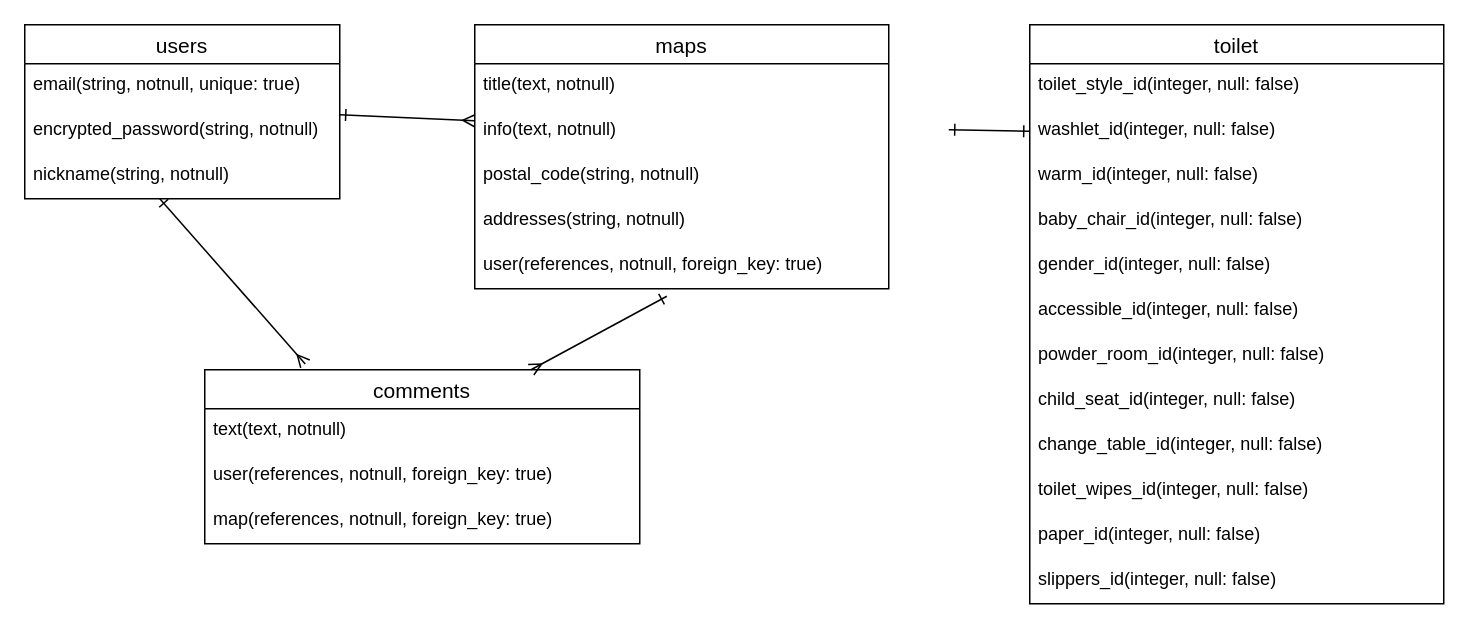
Before: .dio in nennekotaro/maps-toilet, a draw.io diagram. Source tidied: cells renumbered, new cells numbered last; positions are measured from the earlier drawing's top-left corner, leaving out a move shared by most shapes. Both pictures are drawn from the tidied source at 150%, with x=0, y=0 at pixel (24, 24).
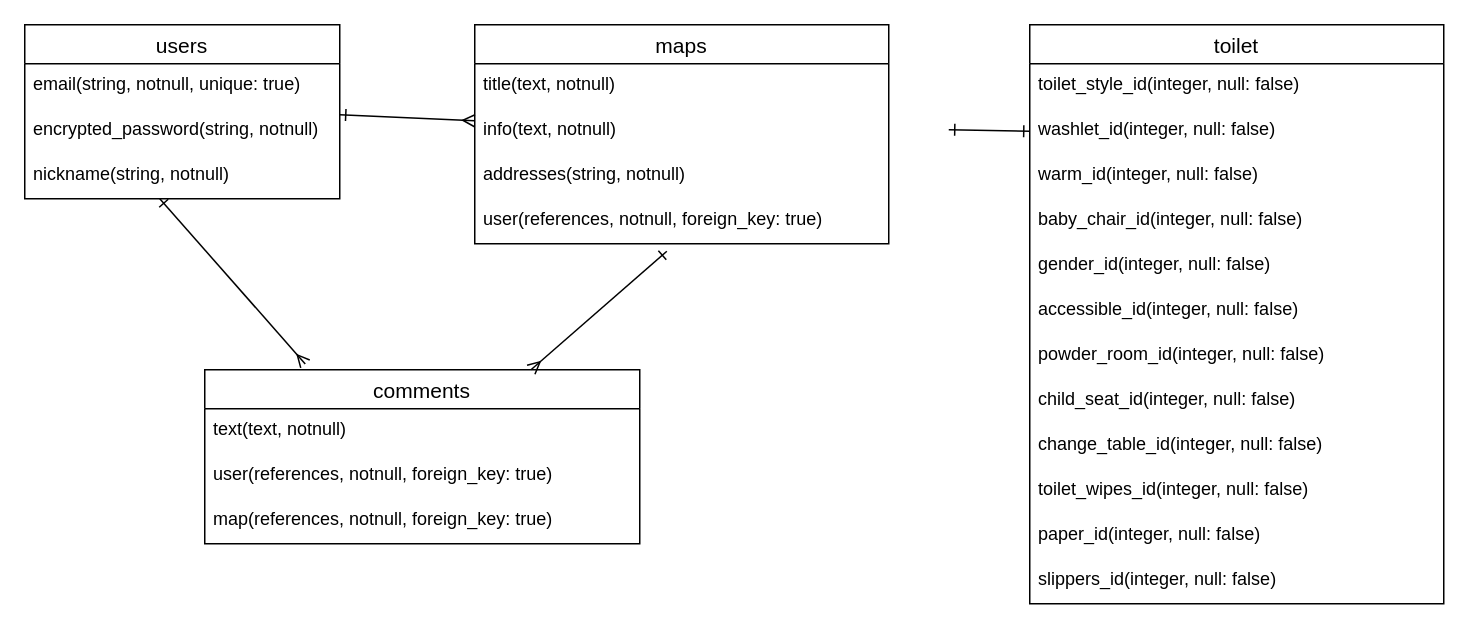
The same diagram, later.

Diff of the diagram source:
```diff
@@
     <mxCell id="10" value="maps" style="swimlane;fontStyle=0;horizontal=1;startSize=26;align=center;fontSize=14;" parent="1" vertex="1">
-      <mxGeometry x="300" width="276" height="176" as="geometry" />
+      <mxGeometry x="300" width="276" height="146" as="geometry" />
     </mxCell>
@@
-    <mxCell id="13" value="postal_code(string, notnull)" style="text;strokeColor=none;fillColor=none;spacingLeft=4;spacingRight=4;overflow=hidden;fontSize=12;" parent="10" vertex="1">
-      <mxGeometry y="86" width="276" height="30" as="geometry" />
-    </mxCell>
     <mxCell id="14" value="addresses(string, notnull)" style="text;strokeColor=none;fillColor=none;spacingLeft=4;spacingRight=4;overflow=hidden;fontSize=12;" parent="10" vertex="1">
-      <mxGeometry y="116" width="276" height="30" as="geometry" />
+      <mxGeometry y="86" width="276" height="30" as="geometry" />
     </mxCell>
     <mxCell id="15" value="user(references, notnull, foreign_key: true)" style="text;strokeColor=none;fillColor=none;spacingLeft=4;spacingRight=4;overflow=hidden;points=[[0,0.5],[1,0.5]];portConstraint=eastwest;fontSize=12;" parent="10" vertex="1">
-      <mxGeometry y="146" width="276" height="30" as="geometry" />
+      <mxGeometry y="116" width="276" height="30" as="geometry" />
     </mxCell>
```
